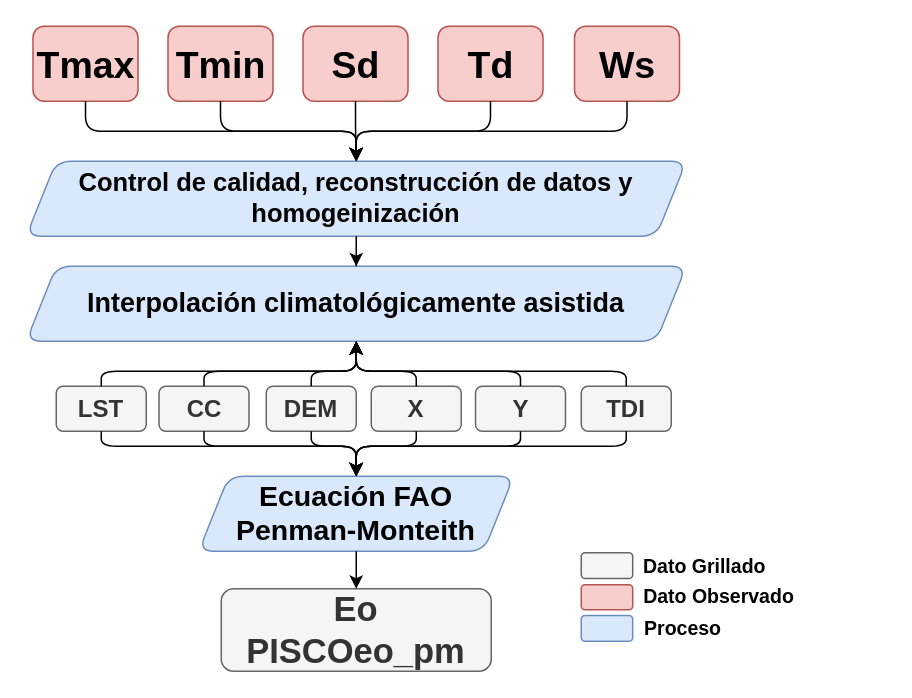
This is Eo_diagram_FT_v2.drawio from adrHuerta/diagrams, a draw.io file, before an edit. Source tidied: cells renumbered, new cells numbered last; positions are measured from the earlier drawing's top-left corner, leaving out a move shared by most shapes. Both pictures are drawn from the tidied source at 150%, with x=0, y=0 at pixel (26, 26).
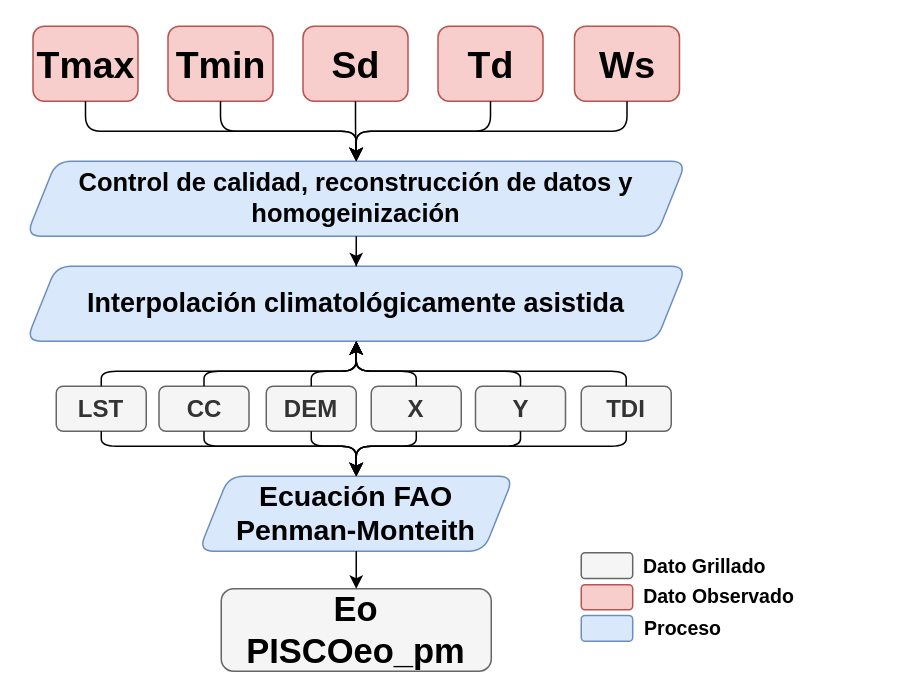
After the change.

Unchanged cells that the change refers to:
```xml
<mxCell id="11" style="group;" parent="2" vertex="1">
  <mxGeometry width="440" height="430" as="geometry" />
</mxCell>
```

Change to the diagram source:
```diff
@@
-    <mxCell id="26" value="&lt;font style=&quot;font-size: 23px&quot;&gt;&lt;font style=&quot;font-size: 23px&quot;&gt;&lt;font style=&quot;font-size: 23px&quot;&gt;Eo&lt;/font&gt;&lt;br&gt;&lt;/font&gt;&lt;font style=&quot;font-size: 23px&quot;&gt;PISCOeo_pm&lt;/font&gt;&lt;/font&gt;" style="rounded=1;whiteSpace=wrap;html=1;fontSize=16;fontStyle=1;fillColor=#f5f5f5;strokeColor=#666666;fontColor=#333333;" parent="11" vertex="1">
+    <mxCell id="26" value="&lt;font style=&quot;font-size: 23px&quot; color=&quot;#000000&quot;&gt;&lt;font style=&quot;font-size: 23px&quot;&gt;&lt;font style=&quot;font-size: 23px&quot;&gt;Eo&lt;/font&gt;&lt;br&gt;&lt;/font&gt;&lt;font style=&quot;font-size: 23px&quot;&gt;PISCOeo_pm&lt;/font&gt;&lt;/font&gt;" style="rounded=1;whiteSpace=wrap;html=1;fontSize=16;fontStyle=1;fillColor=#f5f5f5;strokeColor=#666666;fontColor=#333333;" parent="11" vertex="1">
       <mxGeometry x="130" y="375" width="180" height="55" as="geometry" />
     </mxCell>
```
